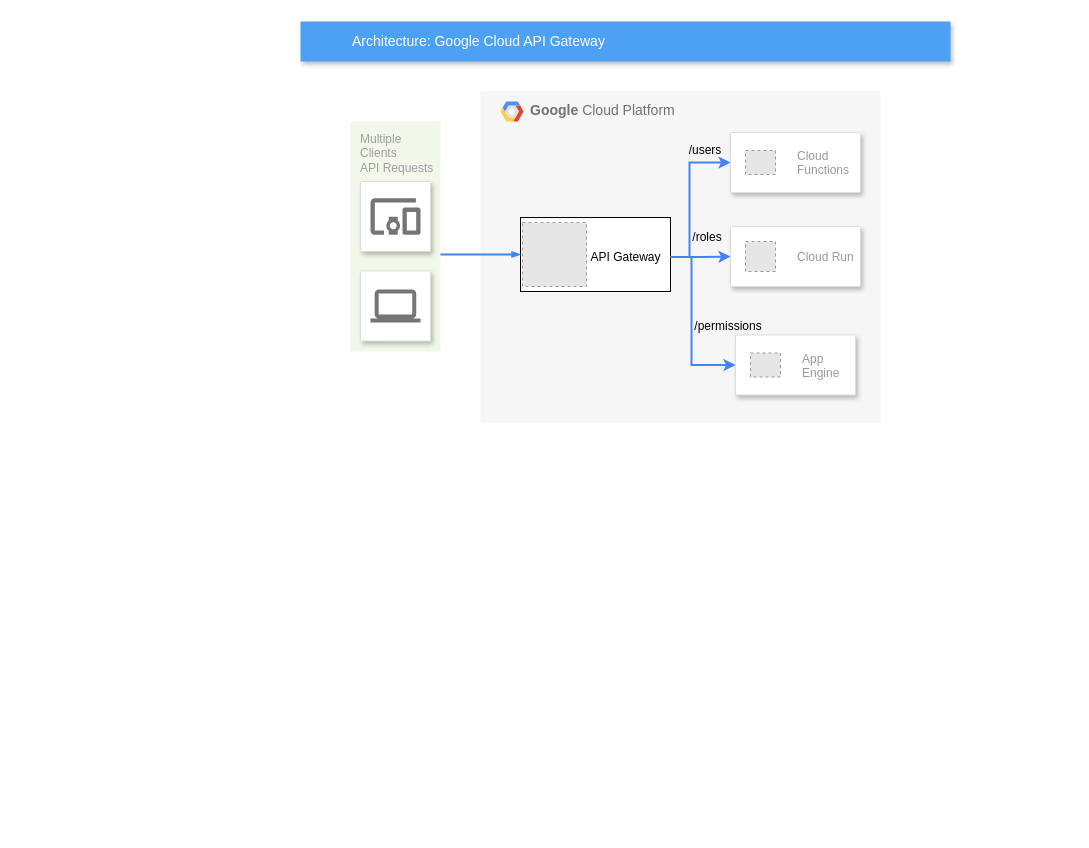
Earlier version of the draw.io diagram Diagram bez názvu.drawio (stefanbertos/for-developers-gcp-cloud-api-gateway). Source tidied: cells renumbered, new cells numbered last; positions are measured from the earlier drawing's top-left corner, leaving out a move shared by most shapes. Both pictures are drawn from the tidied source at 100%, with x=0, y=0 at pixel (300, 21). Pictures stored in the file or linked from it are replaced by grey dashed boxes.
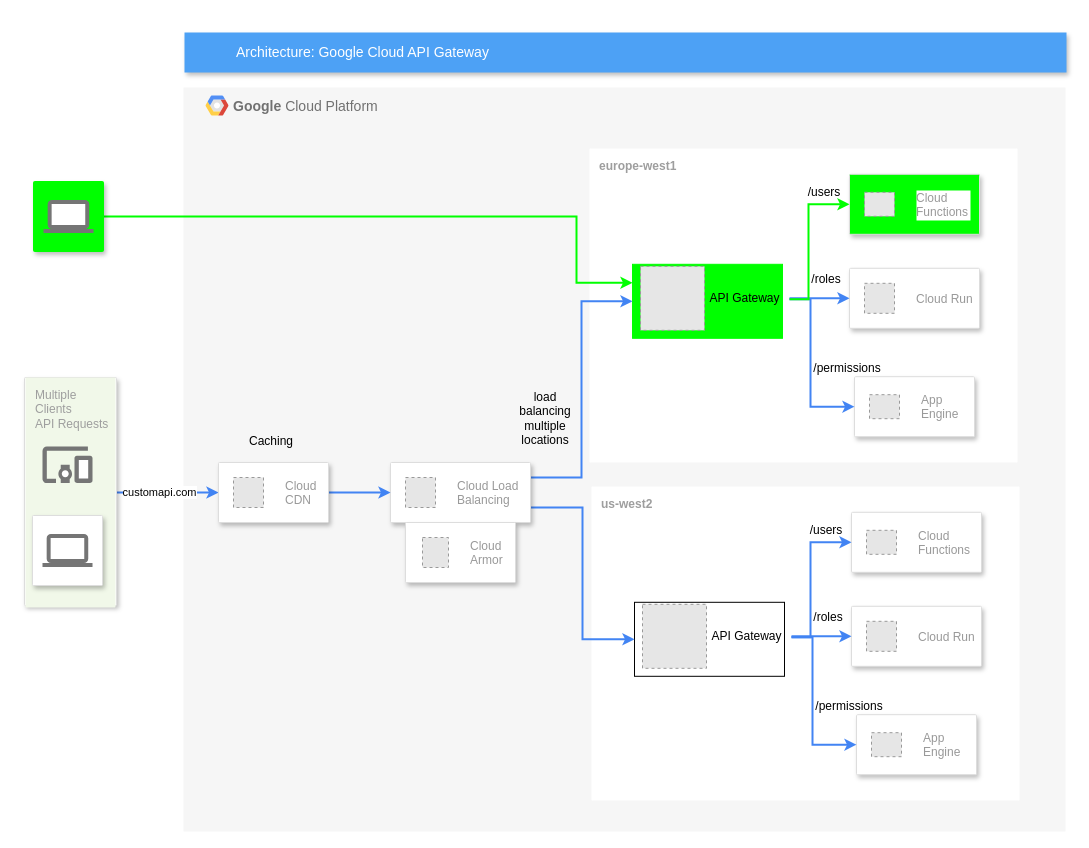
Above is the later version.

The edit, as a diff of the source:
```diff
@@
     <mxCell id="2" value="&lt;b&gt;Google &lt;/b&gt;Cloud Platform" style="fillColor=#F6F6F6;strokeColor=none;shadow=0;gradientColor=none;fontSize=14;align=left;spacing=10;fontColor=#717171;9E9E9E;verticalAlign=top;spacingTop=-4;fontStyle=0;spacingLeft=40;html=1;" parent="1" vertex="1">
-      <mxGeometry x="180" y="70" width="400" height="331" as="geometry" />
+      <mxGeometry x="-117" y="66" width="882" height="744" as="geometry" />
     </mxCell>
+    <mxCell id="26" style="edgeStyle=orthogonalEdgeStyle;rounded=0;jettySize=auto;html=1;entryX=0;entryY=0.5;entryDx=0;entryDy=0;strokeColor=#4284F3;strokeWidth=2;" parent="1" edge="1" source="19" target="73">
+      <mxGeometry relative="1" as="geometry" />
+    </mxCell>
+    <mxCell id="27" value="customapi.com" style="edgeLabel;html=1;align=center;verticalAlign=middle;" parent="26" vertex="1">
+      <mxGeometry x="-0.17" y="1" relative="1" as="geometry" />
+    </mxCell>
+    <mxCell id="20" value="Architecture: Google Cloud API Gateway" style="fillColor=#4DA1F5;strokeColor=none;shadow=1;gradientColor=none;fontSize=14;align=left;spacingLeft=50;fontColor=#ffffff;html=1;" parent="1" vertex="1">
+      <mxGeometry x="-116" y="11" width="882" height="40" as="geometry" />
+    </mxCell>
-    <mxCell id="3" style="shape=mxgraph.gcp2.google_cloud_platform;fillColor=#F6F6F6;strokeColor=none;shadow=0;gradientColor=none;" parent="2" vertex="1">
-      <mxGeometry width="23" height="20" relative="1" as="geometry">
+    <mxCell id="3" style="shape=mxgraph.gcp2.google_cloud_platform;fillColor=#F6F6F6;strokeColor=none;shadow=0;gradientColor=none;" parent="1" vertex="1">
+      <mxGeometry x="-95" y="74" width="23" height="20" as="geometry">
         <mxPoint x="20" y="10" as="offset" />
       </mxGeometry>
     </mxCell>
-    <mxCell id="4" style="whiteSpace=wrap;html=1;" parent="2" vertex="1">
-      <mxGeometry x="40" y="126" width="150" height="74" as="geometry" />
-    </mxCell>
-    <mxCell id="5" style="fillColor=#E6E6E6;strokeColor=#999999;dashed=1;verticalLabelPosition=bottom;verticalAlign=top;" parent="2" vertex="1">
-      <mxGeometry x="42" y="131" width="64" height="64" as="geometry" />
-    </mxCell>
-    <mxCell id="6" style="strokeColor=#dddddd;shadow=1;strokeWidth=1;rounded=1;absoluteArcSize=1;arcSize=2;" parent="2" vertex="1">
-      <mxGeometry x="250" y="41" width="130" height="60" as="geometry" />
-    </mxCell>
-    <mxCell id="7" value="Cloud&#10;Functions" style="fillColor=#E6E6E6;strokeColor=#999999;dashed=1;fontColor=#999999;verticalLabelPosition=middle;labelBackgroundColor=#ffffff;verticalAlign=middle;labelPosition=right;align=left;spacingLeft=20;" parent="6" vertex="1">
-      <mxGeometry width="30" height="24" relative="1" as="geometry">
-        <mxPoint x="15" y="18" as="offset" />
-      </mxGeometry>
-    </mxCell>
-    <mxCell id="8" style="edgeStyle=orthogonalEdgeStyle;rounded=0;jettySize=auto;html=1;strokeColor=#4284F3;strokeWidth=2;" parent="2" edge="1" source="11" target="12">
-      <mxGeometry relative="1" as="geometry" />
-    </mxCell>
-    <mxCell id="9" style="edgeStyle=orthogonalEdgeStyle;rounded=0;jettySize=auto;html=1;entryX=0;entryY=0.5;entryDx=0;entryDy=0;strokeColor=#4284F3;strokeWidth=2;" parent="2" edge="1" source="11" target="6">
-      <mxGeometry relative="1" as="geometry">
-        <Array as="points">
-          <mxPoint x="209" y="166" />
-          <mxPoint x="209" y="71" />
-        </Array>
-      </mxGeometry>
-    </mxCell>
-    <mxCell id="10" style="edgeStyle=orthogonalEdgeStyle;rounded=0;jettySize=auto;html=1;entryX=0;entryY=0.5;entryDx=0;entryDy=0;strokeColor=#4284F3;strokeWidth=2;" parent="2" edge="1" source="11" target="14">
-      <mxGeometry relative="1" as="geometry">
-        <Array as="points">
-          <mxPoint x="211" y="166" />
-          <mxPoint x="211" y="274" />
-        </Array>
-      </mxGeometry>
-    </mxCell>
-    <mxCell id="11" value="API Gateway" style="text;html=1;align=center;verticalAlign=middle;points=[];fillColor=none;strokeColor=none;rounded=0;" parent="2" vertex="1">
-      <mxGeometry x="100" y="150.5" width="90" height="30" as="geometry" />
-    </mxCell>
-    <mxCell id="12" style="strokeColor=#dddddd;shadow=1;strokeWidth=1;rounded=1;absoluteArcSize=1;arcSize=2;" parent="2" vertex="1">
-      <mxGeometry x="250" y="135" width="130" height="60" as="geometry" />
-    </mxCell>
-    <mxCell id="13" value="Cloud Run" style="fillColor=#E6E6E6;strokeColor=#999999;dashed=1;fontColor=#999999;verticalLabelPosition=middle;labelBackgroundColor=#ffffff;verticalAlign=middle;labelPosition=right;align=left;spacingLeft=20;" parent="12" vertex="1">
-      <mxGeometry width="30" height="30" relative="1" as="geometry">
-        <mxPoint x="15" y="15" as="offset" />
-      </mxGeometry>
-    </mxCell>
-    <mxCell id="14" style="strokeColor=#dddddd;shadow=1;strokeWidth=1;rounded=1;absoluteArcSize=1;arcSize=2;" parent="2" vertex="1">
-      <mxGeometry x="255" y="243.5" width="120" height="60" as="geometry" />
-    </mxCell>
-    <mxCell id="15" value="App&#10;Engine" style="fillColor=#E6E6E6;strokeColor=#999999;dashed=1;fontColor=#999999;verticalLabelPosition=middle;labelBackgroundColor=#ffffff;verticalAlign=middle;labelPosition=right;align=left;spacingLeft=20;" parent="14" vertex="1">
-      <mxGeometry width="30" height="24" relative="1" as="geometry">
-        <mxPoint x="15" y="18" as="offset" />
-      </mxGeometry>
-    </mxCell>
-    <mxCell id="16" value="/users" style="text;html=1;strokeColor=none;fillColor=none;align=center;verticalAlign=middle;whiteSpace=wrap;rounded=0;" parent="2" vertex="1">
-      <mxGeometry x="195" y="44" width="60" height="30" as="geometry" />
-    </mxCell>
-    <mxCell id="17" value="/roles" style="text;html=1;strokeColor=none;fillColor=none;align=center;verticalAlign=middle;whiteSpace=wrap;rounded=0;" parent="2" vertex="1">
-      <mxGeometry x="197" y="131" width="60" height="30" as="geometry" />
-    </mxCell>
-    <mxCell id="18" value="/permissions" style="text;html=1;strokeColor=none;fillColor=none;align=center;verticalAlign=middle;whiteSpace=wrap;rounded=0;" parent="2" vertex="1">
-      <mxGeometry x="218" y="220" width="60" height="30" as="geometry" />
-    </mxCell>
+    <mxCell id="28" style="group;fontStyle=0;" parent="1" vertex="1">
+      <mxGeometry x="289" y="127" width="428" height="314" as="geometry" />
+    </mxCell>
+    <mxCell id="29" value="&lt;b&gt;europe-west1&lt;/b&gt;" style="sketch=0;rounded=1;absoluteArcSize=1;arcSize=2;html=1;strokeColor=none;gradientColor=none;shadow=0;dashed=0;fontSize=12;fontColor=#9E9E9E;align=left;verticalAlign=top;spacing=10;spacingTop=-4;" parent="28" vertex="1">
+      <mxGeometry width="428" height="314" as="geometry" />
+    </mxCell>
+    <mxCell id="30" style="whiteSpace=wrap;html=1;strokeColor=#00FF00;fillColor=#00FF00;" parent="28" vertex="1">
+      <mxGeometry x="43" y="115.8" width="150" height="74" as="geometry" />
+    </mxCell>
+    <mxCell id="31" style="fillColor=#E6E6E6;strokeColor=#999999;dashed=1;verticalLabelPosition=bottom;verticalAlign=top;" parent="28" vertex="1">
+      <mxGeometry x="51" y="117.8" width="64" height="64" as="geometry" />
+    </mxCell>
+    <mxCell id="32" style="strokeColor=#dddddd;shadow=1;strokeWidth=1;rounded=1;absoluteArcSize=1;arcSize=2;fillColor=#00FF00;" parent="28" vertex="1">
+      <mxGeometry x="260" y="25.8" width="130" height="60" as="geometry" />
+    </mxCell>
+    <mxCell id="33" value="Cloud&#10;Functions" style="fillColor=#E6E6E6;strokeColor=#999999;dashed=1;fontColor=#999999;verticalLabelPosition=middle;labelBackgroundColor=#ffffff;verticalAlign=middle;labelPosition=right;align=left;spacingLeft=20;" parent="32" vertex="1">
+      <mxGeometry width="30" height="24" relative="1" as="geometry">
+        <mxPoint x="15" y="18" as="offset" />
+      </mxGeometry>
+    </mxCell>
+    <mxCell id="34" value="API Gateway" style="text;html=1;align=center;verticalAlign=middle;points=[];fillColor=none;strokeColor=none;rounded=0;" parent="28" vertex="1">
+      <mxGeometry x="110" y="134.8" width="90" height="30" as="geometry" />
+    </mxCell>
+    <mxCell id="35" style="strokeColor=#dddddd;shadow=1;strokeWidth=1;rounded=1;absoluteArcSize=1;arcSize=2;" parent="28" vertex="1">
+      <mxGeometry x="260" y="119.8" width="130" height="60" as="geometry" />
+    </mxCell>
+    <mxCell id="36" value="Cloud Run" style="fillColor=#E6E6E6;strokeColor=#999999;dashed=1;fontColor=#999999;verticalLabelPosition=middle;labelBackgroundColor=#ffffff;verticalAlign=middle;labelPosition=right;align=left;spacingLeft=20;" parent="35" vertex="1">
+      <mxGeometry width="30" height="30" relative="1" as="geometry">
+        <mxPoint x="15" y="15" as="offset" />
+      </mxGeometry>
+    </mxCell>
+    <mxCell id="37" style="edgeStyle=orthogonalEdgeStyle;rounded=0;jettySize=auto;html=1;strokeColor=#4284F3;strokeWidth=2;" parent="28" edge="1" source="34" target="35">
+      <mxGeometry relative="1" as="geometry" />
+    </mxCell>
+    <mxCell id="38" style="strokeColor=#dddddd;shadow=1;strokeWidth=1;rounded=1;absoluteArcSize=1;arcSize=2;" parent="28" vertex="1">
+      <mxGeometry x="265" y="228.2" width="120" height="60" as="geometry" />
+    </mxCell>
+    <mxCell id="39" value="App&#10;Engine" style="fillColor=#E6E6E6;strokeColor=#999999;dashed=1;fontColor=#999999;verticalLabelPosition=middle;labelBackgroundColor=#ffffff;verticalAlign=middle;labelPosition=right;align=left;spacingLeft=20;" parent="38" vertex="1">
+      <mxGeometry width="30" height="24" relative="1" as="geometry">
+        <mxPoint x="15" y="18" as="offset" />
+      </mxGeometry>
+    </mxCell>
+    <mxCell id="40" style="edgeStyle=orthogonalEdgeStyle;rounded=0;jettySize=auto;html=1;entryX=0;entryY=0.5;entryDx=0;entryDy=0;strokeColor=#4284F3;strokeWidth=2;" parent="28" edge="1" source="34" target="38">
+      <mxGeometry relative="1" as="geometry">
+        <Array as="points">
+          <mxPoint x="221" y="150.8" />
+          <mxPoint x="221" y="258.8" />
+        </Array>
+      </mxGeometry>
+    </mxCell>
+    <mxCell id="41" value="/users" style="text;html=1;strokeColor=none;fillColor=none;align=center;verticalAlign=middle;whiteSpace=wrap;rounded=0;" parent="28" vertex="1">
+      <mxGeometry x="205" y="28.8" width="60" height="30" as="geometry" />
+    </mxCell>
+    <mxCell id="42" value="/roles" style="text;html=1;strokeColor=none;fillColor=none;align=center;verticalAlign=middle;whiteSpace=wrap;rounded=0;" parent="28" vertex="1">
+      <mxGeometry x="207" y="115.8" width="60" height="30" as="geometry" />
+    </mxCell>
+    <mxCell id="43" value="/permissions" style="text;html=1;strokeColor=none;fillColor=none;align=center;verticalAlign=middle;whiteSpace=wrap;rounded=0;" parent="28" vertex="1">
+      <mxGeometry x="228" y="204.8" width="60" height="30" as="geometry" />
+    </mxCell>
+    <mxCell id="44" style="edgeStyle=orthogonalEdgeStyle;rounded=0;jettySize=auto;html=1;entryX=0;entryY=0.5;entryDx=0;entryDy=0;strokeColor=#00FF00;strokeWidth=2;" parent="28" edge="1" source="34" target="32">
+      <mxGeometry relative="1" as="geometry">
+        <Array as="points">
+          <mxPoint x="219" y="150.8" />
+          <mxPoint x="219" y="55.8" />
+        </Array>
+      </mxGeometry>
+    </mxCell>
+    <mxCell id="45" style="group;" parent="1" vertex="1">
+      <mxGeometry x="291" y="465" width="428" height="314" as="geometry" />
+    </mxCell>
+    <mxCell id="46" value="&lt;b&gt;us-west2&lt;/b&gt;" style="sketch=0;rounded=1;absoluteArcSize=1;arcSize=2;html=1;strokeColor=none;gradientColor=none;shadow=0;dashed=0;fontSize=12;fontColor=#9E9E9E;align=left;verticalAlign=top;spacing=10;spacingTop=-4;" parent="45" vertex="1">
+      <mxGeometry width="428" height="314" as="geometry" />
+    </mxCell>
+    <mxCell id="47" style="whiteSpace=wrap;html=1;" parent="45" vertex="1">
+      <mxGeometry x="43" y="115.8" width="150" height="74" as="geometry" />
+    </mxCell>
+    <mxCell id="48" style="fillColor=#E6E6E6;strokeColor=#999999;dashed=1;verticalLabelPosition=bottom;verticalAlign=top;" parent="45" vertex="1">
+      <mxGeometry x="51" y="117.8" width="64" height="64" as="geometry" />
+    </mxCell>
+    <mxCell id="49" style="strokeColor=#dddddd;shadow=1;strokeWidth=1;rounded=1;absoluteArcSize=1;arcSize=2;" parent="45" vertex="1">
+      <mxGeometry x="260" y="25.8" width="130" height="60" as="geometry" />
+    </mxCell>
+    <mxCell id="50" value="Cloud&#10;Functions" style="fillColor=#E6E6E6;strokeColor=#999999;dashed=1;fontColor=#999999;verticalLabelPosition=middle;labelBackgroundColor=#ffffff;verticalAlign=middle;labelPosition=right;align=left;spacingLeft=20;" parent="49" vertex="1">
+      <mxGeometry width="30" height="24" relative="1" as="geometry">
+        <mxPoint x="15" y="18" as="offset" />
+      </mxGeometry>
+    </mxCell>
+    <mxCell id="51" style="edgeStyle=orthogonalEdgeStyle;rounded=0;jettySize=auto;html=1;entryX=0;entryY=0.5;entryDx=0;entryDy=0;strokeColor=#4284F3;strokeWidth=2;" parent="45" edge="1" source="52" target="49">
+      <mxGeometry relative="1" as="geometry">
+        <Array as="points">
+          <mxPoint x="219" y="150.8" />
+          <mxPoint x="219" y="55.8" />
+        </Array>
+      </mxGeometry>
+    </mxCell>
+    <mxCell id="52" value="API Gateway" style="text;html=1;align=center;verticalAlign=middle;points=[];fillColor=none;strokeColor=none;rounded=0;" parent="45" vertex="1">
+      <mxGeometry x="110" y="134.8" width="90" height="30" as="geometry" />
+    </mxCell>
+    <mxCell id="53" style="strokeColor=#dddddd;shadow=1;strokeWidth=1;rounded=1;absoluteArcSize=1;arcSize=2;" parent="45" vertex="1">
+      <mxGeometry x="260" y="119.8" width="130" height="60" as="geometry" />
+    </mxCell>
+    <mxCell id="54" value="Cloud Run" style="fillColor=#E6E6E6;strokeColor=#999999;dashed=1;fontColor=#999999;verticalLabelPosition=middle;labelBackgroundColor=#ffffff;verticalAlign=middle;labelPosition=right;align=left;spacingLeft=20;" parent="53" vertex="1">
+      <mxGeometry width="30" height="30" relative="1" as="geometry">
+        <mxPoint x="15" y="15" as="offset" />
+      </mxGeometry>
+    </mxCell>
+    <mxCell id="55" style="edgeStyle=orthogonalEdgeStyle;rounded=0;jettySize=auto;html=1;strokeColor=#4284F3;strokeWidth=2;" parent="45" edge="1" source="52" target="53">
+      <mxGeometry relative="1" as="geometry" />
+    </mxCell>
+    <mxCell id="56" style="strokeColor=#dddddd;shadow=1;strokeWidth=1;rounded=1;absoluteArcSize=1;arcSize=2;" parent="45" vertex="1">
+      <mxGeometry x="265" y="228.2" width="120" height="60" as="geometry" />
+    </mxCell>
+    <mxCell id="57" value="App&#10;Engine" style="fillColor=#E6E6E6;strokeColor=#999999;dashed=1;fontColor=#999999;verticalLabelPosition=middle;labelBackgroundColor=#ffffff;verticalAlign=middle;labelPosition=right;align=left;spacingLeft=20;" parent="56" vertex="1">
+      <mxGeometry width="30" height="24" relative="1" as="geometry">
+        <mxPoint x="15" y="18" as="offset" />
+      </mxGeometry>
+    </mxCell>
+    <mxCell id="58" style="edgeStyle=orthogonalEdgeStyle;rounded=0;jettySize=auto;html=1;entryX=0;entryY=0.5;entryDx=0;entryDy=0;strokeColor=#4284F3;strokeWidth=2;" parent="45" edge="1" source="52" target="56">
+      <mxGeometry relative="1" as="geometry">
+        <Array as="points">
+          <mxPoint x="221" y="150.8" />
+          <mxPoint x="221" y="258.8" />
+        </Array>
+      </mxGeometry>
+    </mxCell>
+    <mxCell id="59" value="/users" style="text;html=1;strokeColor=none;fillColor=none;align=center;verticalAlign=middle;whiteSpace=wrap;rounded=0;" parent="45" vertex="1">
+      <mxGeometry x="205" y="28.8" width="60" height="30" as="geometry" />
+    </mxCell>
+    <mxCell id="60" value="/roles" style="text;html=1;strokeColor=none;fillColor=none;align=center;verticalAlign=middle;whiteSpace=wrap;rounded=0;" parent="45" vertex="1">
+      <mxGeometry x="207" y="115.8" width="60" height="30" as="geometry" />
+    </mxCell>
+    <mxCell id="61" value="/permissions" style="text;html=1;strokeColor=none;fillColor=none;align=center;verticalAlign=middle;whiteSpace=wrap;rounded=0;" parent="45" vertex="1">
+      <mxGeometry x="228" y="204.8" width="60" height="30" as="geometry" />
+    </mxCell>
+    <mxCell id="62" style="edgeStyle=orthogonalEdgeStyle;rounded=0;jettySize=auto;html=1;exitX=1;exitY=0.25;exitDx=0;exitDy=0;entryX=0;entryY=0.5;entryDx=0;entryDy=0;strokeColor=#4284F3;strokeWidth=2;" parent="1" edge="1" source="64" target="30">
+      <mxGeometry relative="1" as="geometry" />
+    </mxCell>
+    <mxCell id="63" style="edgeStyle=orthogonalEdgeStyle;rounded=0;jettySize=auto;html=1;exitX=1;exitY=0.75;exitDx=0;exitDy=0;entryX=0;entryY=0.5;entryDx=0;entryDy=0;strokeColor=#4284F3;strokeWidth=2;" parent="1" edge="1" source="64" target="47">
+      <mxGeometry relative="1" as="geometry" />
+    </mxCell>
+    <mxCell id="64" style="strokeColor=#dddddd;shadow=1;strokeWidth=1;rounded=1;absoluteArcSize=1;arcSize=2;" parent="1" vertex="1">
+      <mxGeometry x="90" y="441" width="140" height="60" as="geometry" />
+    </mxCell>
+    <mxCell id="65" value="Cloud Load&#10;Balancing" style="fillColor=#E6E6E6;strokeColor=#999999;dashed=1;fontColor=#999999;verticalLabelPosition=middle;labelBackgroundColor=#ffffff;verticalAlign=middle;labelPosition=right;align=left;spacingLeft=20;" parent="64" vertex="1">
+      <mxGeometry width="30" height="30" relative="1" as="geometry">
+        <mxPoint x="15" y="15" as="offset" />
+      </mxGeometry>
+    </mxCell>
+    <mxCell id="66" style="strokeColor=#dddddd;shadow=1;strokeWidth=1;rounded=1;absoluteArcSize=1;arcSize=2;" parent="1" vertex="1">
+      <mxGeometry x="105" y="501" width="110" height="60" as="geometry" />
+    </mxCell>
+    <mxCell id="67" value="Cloud&#10;Armor" style="fillColor=#E6E6E6;strokeColor=#999999;dashed=1;fontColor=#999999;verticalLabelPosition=middle;labelBackgroundColor=#ffffff;verticalAlign=middle;labelPosition=right;align=left;spacingLeft=20;" parent="66" vertex="1">
+      <mxGeometry width="26" height="30" relative="1" as="geometry">
+        <mxPoint x="17" y="15" as="offset" />
+      </mxGeometry>
+    </mxCell>
+    <mxCell id="68" value="load balancing&lt;br&gt;multiple locations" style="text;html=1;strokeColor=none;fillColor=none;align=center;verticalAlign=middle;whiteSpace=wrap;rounded=0;" parent="1" vertex="1">
+      <mxGeometry x="215" y="382" width="60" height="30" as="geometry" />
+    </mxCell>
+    <mxCell id="69" style="edgeStyle=orthogonalEdgeStyle;rounded=0;jettySize=auto;html=1;entryX=0;entryY=0.25;entryDx=0;entryDy=0;strokeColor=#00FF00;strokeWidth=2;" parent="1" edge="1" source="70" target="30">
+      <mxGeometry relative="1" as="geometry">
+        <Array as="points">
+          <mxPoint x="276" y="195" />
+          <mxPoint x="276" y="261" />
+        </Array>
+      </mxGeometry>
+    </mxCell>
+    <mxCell id="70" style="strokeColor=#00FF00;fillColor=#00FF00;shadow=1;strokeWidth=1;rounded=1;absoluteArcSize=1;arcSize=2;labelPosition=center;verticalLabelPosition=middle;align=center;verticalAlign=bottom;spacingLeft=0;fontColor=#999999;fontSize=12;whiteSpace=wrap;spacingBottom=2;html=1;" parent="1" vertex="1">
+      <mxGeometry x="-267" y="160" width="70" height="70" as="geometry" />
+    </mxCell>
+    <mxCell id="71" style="dashed=0;html=1;fillColor=#757575;strokeColor=none;shape=mxgraph.gcp2.laptop;" parent="70" vertex="1">
+      <mxGeometry x="0.5" width="50" height="33" relative="1" as="geometry">
+        <mxPoint x="-25" y="18.5" as="offset" />
+      </mxGeometry>
+    </mxCell>
+    <mxCell id="72" style="edgeStyle=orthogonalEdgeStyle;rounded=0;jettySize=auto;html=1;exitX=1;exitY=0.5;exitDx=0;exitDy=0;strokeColor=#4284F3;strokeWidth=2;" parent="1" edge="1" source="73" target="64">
+      <mxGeometry relative="1" as="geometry" />
+    </mxCell>
+    <mxCell id="73" style="strokeColor=#dddddd;shadow=1;strokeWidth=1;rounded=1;absoluteArcSize=1;arcSize=2;fillColor=#FFFFFF;" parent="1" vertex="1">
+      <mxGeometry x="-82" y="441" width="110" height="60" as="geometry" />
+    </mxCell>
+    <mxCell id="74" value="Cloud&#10;CDN" style="fillColor=#E6E6E6;strokeColor=#999999;dashed=1;fontColor=#999999;verticalLabelPosition=middle;labelBackgroundColor=#ffffff;verticalAlign=middle;labelPosition=right;align=left;spacingLeft=20;" parent="73" vertex="1">
+      <mxGeometry width="30" height="30" relative="1" as="geometry">
+        <mxPoint x="15" y="15" as="offset" />
+      </mxGeometry>
+    </mxCell>
+    <mxCell id="75" value="Caching" style="text;html=1;strokeColor=none;fillColor=none;align=center;verticalAlign=middle;whiteSpace=wrap;rounded=0;" parent="1" vertex="1">
+      <mxGeometry x="-59" y="405" width="60" height="30" as="geometry" />
+    </mxCell>
+    <mxCell id="76" style="group;" parent="1" vertex="1">
+      <mxGeometry x="-283" y="356" width="99" height="230" as="geometry" />
+    </mxCell>
+    <mxCell id="21" style="strokeColor=#dddddd;fillColor=#ffffff;shadow=1;strokeWidth=1;rounded=1;absoluteArcSize=1;arcSize=2;labelPosition=center;verticalLabelPosition=middle;align=center;verticalAlign=bottom;spacingLeft=0;fontColor=#999999;fontSize=12;whiteSpace=wrap;spacingBottom=2;html=1;" parent="76" vertex="1">
+      <mxGeometry x="7" width="92" height="228" as="geometry" />
+    </mxCell>
-    <mxCell id="19" value="Multiple&lt;br&gt;Clients&lt;br&gt;API Requests&lt;br&gt;" style="rounded=1;absoluteArcSize=1;arcSize=2;html=1;strokeColor=none;gradientColor=none;shadow=0;dashed=0;fontSize=12;fontColor=#9E9E9E;align=left;verticalAlign=top;spacing=10;spacingTop=-4;fillColor=#F1F8E9;" parent="1" vertex="1">
-      <mxGeometry x="50" y="100" width="90" height="230" as="geometry" />
+    <mxCell id="19" value="Multiple&lt;br&gt;Clients&lt;br&gt;API Requests&lt;br&gt;" style="rounded=1;absoluteArcSize=1;arcSize=2;html=1;strokeColor=none;gradientColor=none;shadow=0;dashed=0;fontSize=12;fontColor=#9E9E9E;align=left;verticalAlign=top;spacing=10;spacingTop=-4;fillColor=#F1F8E9;" parent="76" vertex="1">
+      <mxGeometry x="8" width="90" height="230" as="geometry" />
     </mxCell>
-    <mxCell id="20" value="Architecture: Google Cloud API Gateway" style="fillColor=#4DA1F5;strokeColor=none;shadow=1;gradientColor=none;fontSize=14;align=left;spacingLeft=50;fontColor=#ffffff;html=1;" parent="1" vertex="1">
-      <mxGeometry width="650" height="40" as="geometry" />
-    </mxCell>
-    <mxCell id="21" style="strokeColor=#dddddd;fillColor=#ffffff;shadow=1;strokeWidth=1;rounded=1;absoluteArcSize=1;arcSize=2;labelPosition=center;verticalLabelPosition=middle;align=center;verticalAlign=bottom;spacingLeft=0;fontColor=#999999;fontSize=12;whiteSpace=wrap;spacingBottom=2;html=1;" parent="1" vertex="1">
-      <mxGeometry x="60" y="160" width="70" height="70" as="geometry" />
-    </mxCell>
-    <mxCell id="22" style="dashed=0;html=1;fillColor=#757575;strokeColor=none;shape=mxgraph.gcp2.mobile_devices;" parent="21" vertex="1">
-      <mxGeometry x="0.5" width="50" height="36.5" relative="1" as="geometry">
+    <mxCell id="22" style="dashed=0;html=1;fillColor=#757575;strokeColor=none;shape=mxgraph.gcp2.mobile_devices;" parent="76" vertex="1">
+      <mxGeometry x="25" y="69" width="50" height="36.5" as="geometry">
         <mxPoint x="-25" y="16.8" as="offset" />
       </mxGeometry>
     </mxCell>
-    <mxCell id="23" style="edgeStyle=elbowEdgeStyle;rounded=0;elbow=vertical;html=1;labelBackgroundColor=none;startFill=1;startSize=4;endArrow=blockThin;endFill=1;endSize=4;jettySize=auto;strokeColor=#4284F3;strokeWidth=2;fontSize=12;fontColor=#000000;align=left;dashed=0;entryX=0;entryY=0.5;entryDx=0;entryDy=0;" parent="1" edge="1" source="19" target="4">
-      <mxGeometry relative="1" as="geometry" />
-    </mxCell>
-    <mxCell id="24" style="strokeColor=#dddddd;fillColor=#ffffff;shadow=1;strokeWidth=1;rounded=1;absoluteArcSize=1;arcSize=2;labelPosition=center;verticalLabelPosition=middle;align=center;verticalAlign=bottom;spacingLeft=0;fontColor=#999999;fontSize=12;whiteSpace=wrap;spacingBottom=2;html=1;" parent="1" vertex="1">
-      <mxGeometry x="60" y="249.5" width="70" height="70" as="geometry" />
+    <mxCell id="24" style="strokeColor=#dddddd;fillColor=#ffffff;shadow=1;strokeWidth=1;rounded=1;absoluteArcSize=1;arcSize=2;labelPosition=center;verticalLabelPosition=middle;align=center;verticalAlign=bottom;spacingLeft=0;fontColor=#999999;fontSize=12;whiteSpace=wrap;spacingBottom=2;html=1;" parent="76" vertex="1">
+      <mxGeometry x="15" y="138" width="70" height="70" as="geometry" />
     </mxCell>
```
